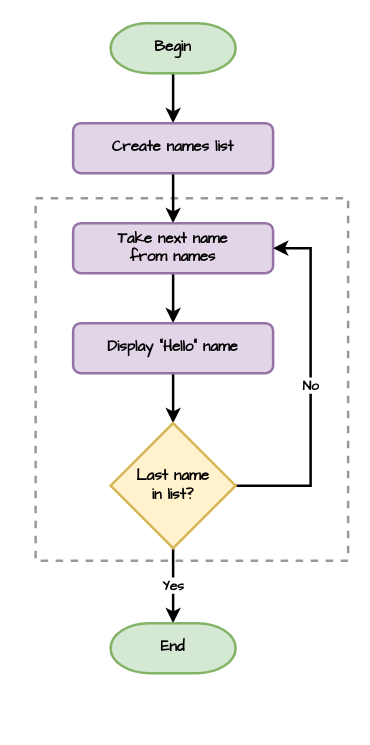
Above: page "lesson_2_for_loop" (4 of 13) of flowcharts.drawio in DamoM73/turtle_vid_tute (draw.io), before the change. Source tidied: cells renumbered, new cells numbered last; positions are measured from the earlier drawing's top-left corner, leaving out a move shared by most shapes. Both pictures are drawn from the tidied source at 125%, with x=0, y=0 at pixel (35, 22).
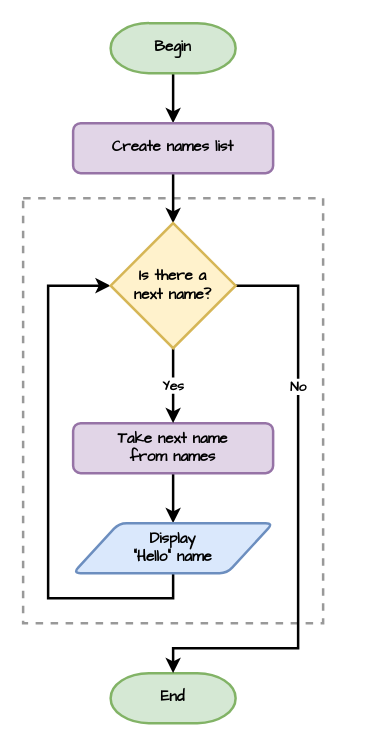
After the change.

The edit, as a diff of the source:
```diff
@@
 <mxGraphModel>
   <root>
     <mxCell id="0" />
     <mxCell id="1" parent="0" />
     <mxCell id="2" style="rounded=0;whiteSpace=wrap;html=1;dashed=1;strokeWidth=2;strokeColor=#999999;" parent="1" vertex="1">
-      <mxGeometry y="140" width="250" height="290" as="geometry" />
+      <mxGeometry x="-10" y="140" width="240" height="340" as="geometry" />
     </mxCell>
     <mxCell id="3" style="edgeStyle=orthogonalEdgeStyle;rounded=0;jettySize=auto;html=1;exitX=0.5;exitY=1;exitDx=0;exitDy=0;exitPerimeter=0;entryX=0.5;entryY=0;entryDx=0;entryDy=0;strokeWidth=2;" parent="1" edge="1" source="4" target="6">
       <mxGeometry relative="1" as="geometry" />
     </mxCell>
     <mxCell id="4" value="Begin" style="strokeWidth=2;html=1;shape=mxgraph.flowchart.terminator;whiteSpace=wrap;fillColor=#d5e8d4;strokeColor=#82b366;fontFamily=Comic Sans MS;fontStyle=1;" parent="1" vertex="1">
       <mxGeometry x="60" width="100" height="40" as="geometry" />
     </mxCell>
-    <mxCell id="5" style="edgeStyle=orthogonalEdgeStyle;rounded=0;jettySize=auto;html=1;exitX=0.5;exitY=1;exitDx=0;exitDy=0;entryX=0.5;entryY=0;entryDx=0;entryDy=0;strokeWidth=2;" parent="1" edge="1" source="6" target="8">
-      <mxGeometry relative="1" as="geometry" />
-    </mxCell>
+    <mxCell id="15" style="edgeStyle=orthogonalEdgeStyle;rounded=0;jettySize=auto;html=1;exitX=0.5;exitY=1;exitDx=0;exitDy=0;entryX=0.5;entryY=0;entryDx=0;entryDy=0;entryPerimeter=0;fontFamily=Comic Sans MS;strokeWidth=2;" parent="1" edge="1" source="6" target="17">
+      <mxGeometry relative="1" as="geometry" />
+    </mxCell>
     <mxCell id="6" value="Create names list" style="rounded=1;whiteSpace=wrap;html=1;strokeWidth=2;fontFamily=Comic Sans MS;fontSize=12;fillColor=#e1d5e7;strokeColor=#9673a6;fontStyle=1;" parent="1" vertex="1">
       <mxGeometry x="30" y="80" width="160" height="40" as="geometry" />
     </mxCell>
-    <mxCell id="7" style="edgeStyle=orthogonalEdgeStyle;rounded=0;jettySize=auto;html=1;exitX=0.5;exitY=1;exitDx=0;exitDy=0;strokeWidth=2;" parent="1" edge="1" source="8" target="10">
+    <mxCell id="7" style="edgeStyle=orthogonalEdgeStyle;rounded=0;jettySize=auto;html=1;exitX=0.5;exitY=1;exitDx=0;exitDy=0;strokeWidth=2;entryX=0.5;entryY=0;entryDx=0;entryDy=0;" parent="1" edge="1" source="8" target="10">
       <mxGeometry relative="1" as="geometry" />
     </mxCell>
     <mxCell id="8" value="Take next name &lt;br&gt;from names" style="rounded=1;whiteSpace=wrap;html=1;strokeWidth=2;fontFamily=Comic Sans MS;fontSize=12;fillColor=#e1d5e7;strokeColor=#9673a6;fontStyle=1;" parent="1" vertex="1">
-      <mxGeometry x="30" y="160" width="160" height="40" as="geometry" />
+      <mxGeometry x="30" y="320" width="160" height="40" as="geometry" />
     </mxCell>
-    <mxCell id="9" style="edgeStyle=orthogonalEdgeStyle;rounded=0;jettySize=auto;html=1;exitX=0.5;exitY=1;exitDx=0;exitDy=0;entryX=0.5;entryY=0;entryDx=0;entryDy=0;strokeWidth=2;entryPerimeter=0;" parent="1" edge="1" source="10" target="13">
-      <mxGeometry relative="1" as="geometry" />
-    </mxCell>
+    <mxCell id="14" value="End" style="strokeWidth=2;html=1;shape=mxgraph.flowchart.terminator;whiteSpace=wrap;fillColor=#d5e8d4;strokeColor=#82b366;fontFamily=Comic Sans MS;fontStyle=1;" parent="1" vertex="1">
+      <mxGeometry x="60" y="520" width="100" height="40" as="geometry" />
+    </mxCell>
+    <mxCell id="16" style="edgeStyle=orthogonalEdgeStyle;rounded=0;jettySize=auto;html=1;exitX=0.5;exitY=1;exitDx=0;exitDy=0;entryX=0;entryY=0.5;entryDx=0;entryDy=0;entryPerimeter=0;fontFamily=Comic Sans MS;strokeWidth=2;" parent="1" edge="1" source="10" target="17">
+      <mxGeometry relative="1" as="geometry">
+        <Array as="points">
+          <mxPoint x="110" y="460" />
+          <mxPoint x="10" y="460" />
+          <mxPoint x="10" y="210" />
+        </Array>
+      </mxGeometry>
+    </mxCell>
-    <mxCell id="10" value="Display &quot;Hello&quot; name" style="rounded=1;whiteSpace=wrap;html=1;strokeWidth=2;fontFamily=Comic Sans MS;fontSize=12;fillColor=#e1d5e7;strokeColor=#9673a6;fontStyle=1;" parent="1" vertex="1">
-      <mxGeometry x="30" y="240" width="160" height="40" as="geometry" />
+    <mxCell id="10" value="Display &lt;br&gt;&quot;Hello&quot; name" style="shape=parallelogram;html=1;strokeWidth=2;perimeter=parallelogramPerimeter;whiteSpace=wrap;rounded=1;arcSize=12;size=0.23;fillColor=#dae8fc;strokeColor=#6c8ebf;fontFamily=Comic Sans MS;fontStyle=1;" parent="1" vertex="1">
+      <mxGeometry x="30" y="400" width="160" height="40" as="geometry" />
     </mxCell>
+    <mxCell id="12" value="Yes" style="edgeStyle=orthogonalEdgeStyle;rounded=0;jettySize=auto;html=1;exitX=0.5;exitY=1;exitDx=0;exitDy=0;exitPerimeter=0;entryX=0.5;entryY=0;entryDx=0;entryDy=0;fontFamily=Comic Sans MS;strokeWidth=2;fontStyle=1;" parent="1" edge="1" source="17" target="8">
+      <mxGeometry relative="1" as="geometry" />
+    </mxCell>
-    <mxCell id="11" value="No" style="edgeStyle=orthogonalEdgeStyle;rounded=0;jettySize=auto;html=1;exitX=1;exitY=0.5;exitDx=0;exitDy=0;exitPerimeter=0;entryX=1;entryY=0.5;entryDx=0;entryDy=0;strokeWidth=2;fontFamily=Comic Sans MS;fontStyle=1;" parent="1" edge="1" source="13" target="8">
-      <mxGeometry relative="1" as="geometry">
+    <mxCell id="11" value="No" style="edgeStyle=orthogonalEdgeStyle;rounded=0;jettySize=auto;html=1;exitX=1;exitY=0.5;exitDx=0;exitDy=0;exitPerimeter=0;entryX=0.5;entryY=0;entryDx=0;entryDy=0;entryPerimeter=0;fontFamily=Comic Sans MS;strokeWidth=2;fontStyle=1;" parent="1" edge="1" source="17" target="14">
+      <mxGeometry x="-0.43" relative="1" as="geometry">
         <Array as="points">
-          <mxPoint x="220" y="370" />
-          <mxPoint x="220" y="180" />
+          <mxPoint x="210" y="210" />
+          <mxPoint x="210" y="500" />
+          <mxPoint x="110" y="500" />
         </Array>
       </mxGeometry>
     </mxCell>
-    <mxCell id="12" value="Yes" style="edgeStyle=orthogonalEdgeStyle;rounded=0;jettySize=auto;html=1;exitX=0.5;exitY=1;exitDx=0;exitDy=0;exitPerimeter=0;strokeWidth=2;fontFamily=Comic Sans MS;fontStyle=1;entryX=0.5;entryY=0;entryDx=0;entryDy=0;entryPerimeter=0;" parent="1" edge="1" source="13" target="14">
-      <mxGeometry relative="1" as="geometry" />
-    </mxCell>
-    <mxCell id="13" value="Last name &lt;br&gt;in list?" style="strokeWidth=2;html=1;shape=mxgraph.flowchart.decision;whiteSpace=wrap;fillColor=#fff2cc;strokeColor=#d6b656;fontFamily=Comic Sans MS;fontStyle=1;" parent="1" vertex="1">
-      <mxGeometry x="60" y="320" width="100" height="100" as="geometry" />
-    </mxCell>
-    <mxCell id="14" value="End" style="strokeWidth=2;html=1;shape=mxgraph.flowchart.terminator;whiteSpace=wrap;fillColor=#d5e8d4;strokeColor=#82b366;fontFamily=Comic Sans MS;fontStyle=1;" parent="1" vertex="1">
-      <mxGeometry x="60" y="480" width="100" height="40" as="geometry" />
-    </mxCell>
+    <mxCell id="17" value="Is there a &lt;br&gt;next name?" style="strokeWidth=2;html=1;shape=mxgraph.flowchart.decision;whiteSpace=wrap;fillColor=#fff2cc;strokeColor=#d6b656;fontFamily=Comic Sans MS;fontStyle=1;" parent="1" vertex="1">
+      <mxGeometry x="60" y="160" width="100" height="100" as="geometry" />
+    </mxCell>
   </root>
 </mxGraphModel>
```
